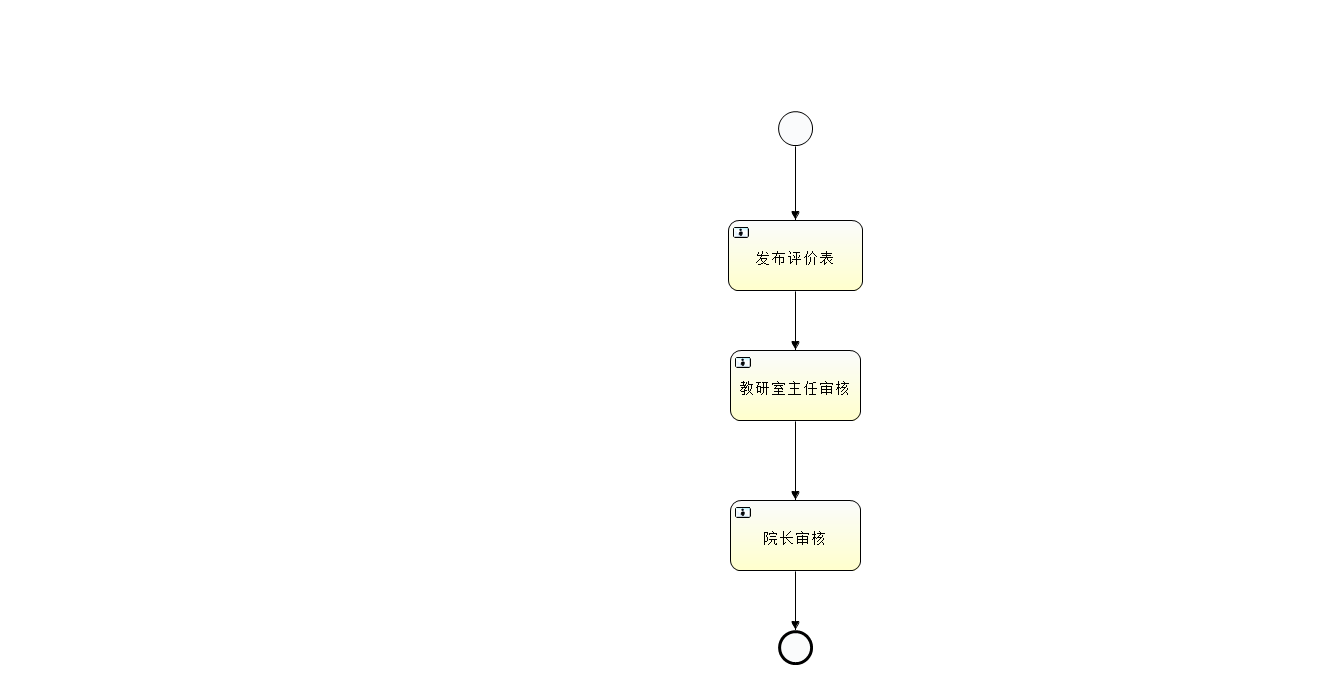
Earlier version of the BPMN export src/main/resources/diagrams/releaseAndVerify.png (wusanity/cims). Its source is kept beside it as src/main/resources/diagrams/releaseAndVerify.bpmn. Ids are renumbered. Source of this version:
```xml
<definitions xmlns="http://www.omg.org/spec/BPMN/20100524/MODEL" xmlns:xsi="http://www.w3.org/2001/XMLSchema-instance" xmlns:xsd="http://www.w3.org/2001/XMLSchema" xmlns:activiti="http://activiti.org/bpmn" xmlns:bpmndi="http://www.omg.org/spec/BPMN/20100524/DI" xmlns:omgdc="http://www.omg.org/spec/DD/20100524/DC" xmlns:omgdi="http://www.omg.org/spec/DD/20100524/DI" typeLanguage="http://www.w3.org/2001/XMLSchema" expressionLanguage="http://www.w3.org/1999/XPath" targetNamespace="http://www.activiti.org/test">
  <process id="templateVerify" name="templateVerify" isExecutable="true">
    <startEvent id="startevent1" name="Start"></startEvent>
    <userTask id="usertask1" name="发布评价表" activiti:assignee="manager"></userTask>
    <userTask id="usertask2" name="教研室主任审核" activiti:assignee="director"></userTask>
    <userTask id="usertask3" name="院长审核" activiti:assignee="president"></userTask>
    <sequenceFlow id="flow1" sourceRef="startevent1" targetRef="usertask1"></sequenceFlow>
    <sequenceFlow id="flow2" sourceRef="usertask1" targetRef="usertask2"></sequenceFlow>
    <sequenceFlow id="flow3" sourceRef="usertask2" targetRef="usertask3"></sequenceFlow>
    <endEvent id="endevent1" name="End"></endEvent>
    <sequenceFlow id="flow4" sourceRef="usertask3" targetRef="endevent1"></sequenceFlow>
  </process>
  <bpmndi:BPMNDiagram id="BPMNDiagram_templateVerify">
    <bpmndi:BPMNPlane bpmnElement="templateVerify" id="BPMNPlane_templateVerify">
      <bpmndi:BPMNShape bpmnElement="startevent1" id="BPMNShape_startevent1">
        <omgdc:Bounds height="35.0" width="35.0" x="778.0" y="111.0"></omgdc:Bounds>
      </bpmndi:BPMNShape>
      <bpmndi:BPMNShape bpmnElement="usertask1" id="BPMNShape_usertask1">
        <omgdc:Bounds height="71.0" width="135.0" x="728.0" y="220.0"></omgdc:Bounds>
      </bpmndi:BPMNShape>
      <bpmndi:BPMNShape bpmnElement="usertask2" id="BPMNShape_usertask2">
        <omgdc:Bounds height="71.0" width="131.0" x="730.0" y="350.0"></omgdc:Bounds>
      </bpmndi:BPMNShape>
      <bpmndi:BPMNShape bpmnElement="usertask3" id="BPMNShape_usertask3">
        <omgdc:Bounds height="71.0" width="131.0" x="730.0" y="500.0"></omgdc:Bounds>
      </bpmndi:BPMNShape>
      <bpmndi:BPMNShape bpmnElement="endevent1" id="BPMNShape_endevent1">
        <omgdc:Bounds height="35.0" width="35.0" x="778.0" y="630.0"></omgdc:Bounds>
      </bpmndi:BPMNShape>
      <bpmndi:BPMNEdge bpmnElement="flow1" id="BPMNEdge_flow1">
        <omgdi:waypoint x="795.0" y="146.0"></omgdi:waypoint>
        <omgdi:waypoint x="795.0" y="220.0"></omgdi:waypoint>
      </bpmndi:BPMNEdge>
      <bpmndi:BPMNEdge bpmnElement="flow2" id="BPMNEdge_flow2">
        <omgdi:waypoint x="795.0" y="291.0"></omgdi:waypoint>
        <omgdi:waypoint x="795.0" y="350.0"></omgdi:waypoint>
      </bpmndi:BPMNEdge>
      <bpmndi:BPMNEdge bpmnElement="flow3" id="BPMNEdge_flow3">
        <omgdi:waypoint x="795.0" y="421.0"></omgdi:waypoint>
        <omgdi:waypoint x="795.0" y="500.0"></omgdi:waypoint>
      </bpmndi:BPMNEdge>
      <bpmndi:BPMNEdge bpmnElement="flow4" id="BPMNEdge_flow4">
        <omgdi:waypoint x="795.0" y="571.0"></omgdi:waypoint>
        <omgdi:waypoint x="795.0" y="630.0"></omgdi:waypoint>
      </bpmndi:BPMNEdge>
    </bpmndi:BPMNPlane>
  </bpmndi:BPMNDiagram>
</definitions>
```
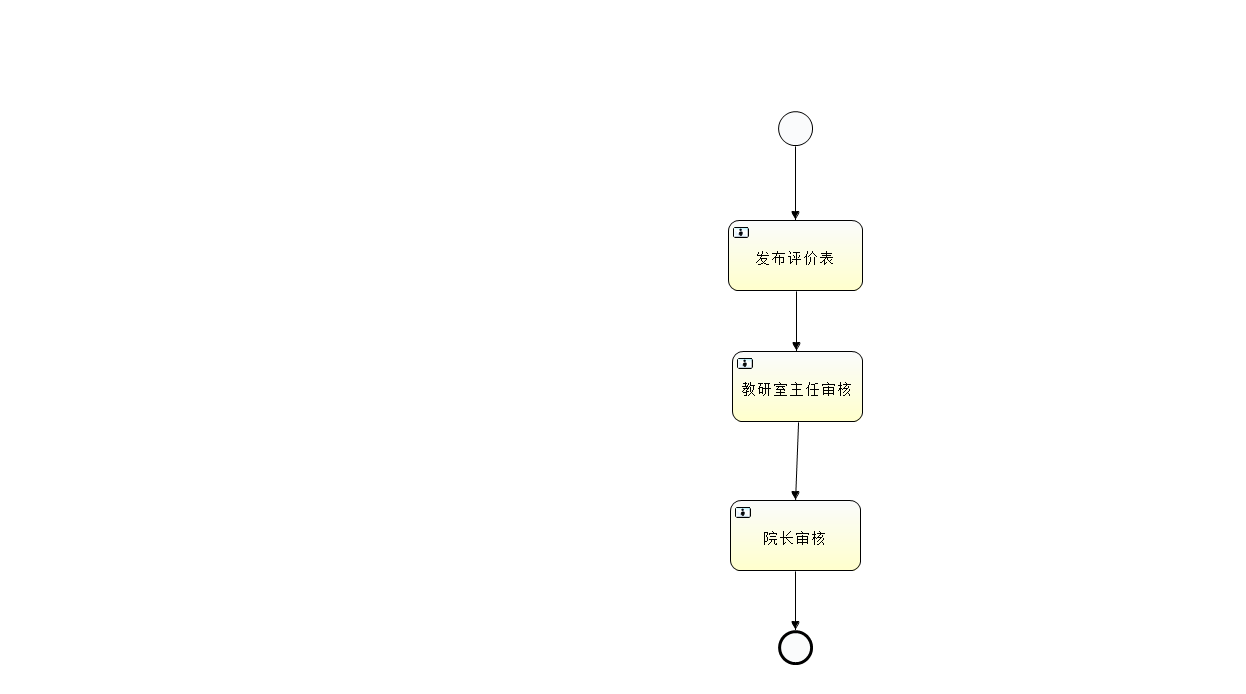
After the change.

Change to the diagram source:
```diff
@@ -19,7 +19,7 @@
         <omgdc:Bounds height="71.0" width="135.0" x="728.0" y="220.0"></omgdc:Bounds>
       </bpmndi:BPMNShape>
       <bpmndi:BPMNShape bpmnElement="usertask2" id="BPMNShape_usertask2">
-        <omgdc:Bounds height="71.0" width="131.0" x="730.0" y="350.0"></omgdc:Bounds>
+        <omgdc:Bounds height="71.0" width="131.0" x="732.0" y="351.0"></omgdc:Bounds>
       </bpmndi:BPMNShape>
       <bpmndi:BPMNShape bpmnElement="usertask3" id="BPMNShape_usertask3">
         <omgdc:Bounds height="71.0" width="131.0" x="730.0" y="500.0"></omgdc:Bounds>
@@ -33,10 +33,10 @@
       </bpmndi:BPMNEdge>
       <bpmndi:BPMNEdge bpmnElement="flow2" id="BPMNEdge_flow2">
         <omgdi:waypoint x="795.0" y="291.0"></omgdi:waypoint>
-        <omgdi:waypoint x="795.0" y="350.0"></omgdi:waypoint>
+        <omgdi:waypoint x="797.0" y="351.0"></omgdi:waypoint>
       </bpmndi:BPMNEdge>
       <bpmndi:BPMNEdge bpmnElement="flow3" id="BPMNEdge_flow3">
-        <omgdi:waypoint x="795.0" y="421.0"></omgdi:waypoint>
+        <omgdi:waypoint x="797.0" y="422.0"></omgdi:waypoint>
         <omgdi:waypoint x="795.0" y="500.0"></omgdi:waypoint>
       </bpmndi:BPMNEdge>
       <bpmndi:BPMNEdge bpmnElement="flow4" id="BPMNEdge_flow4">
```
